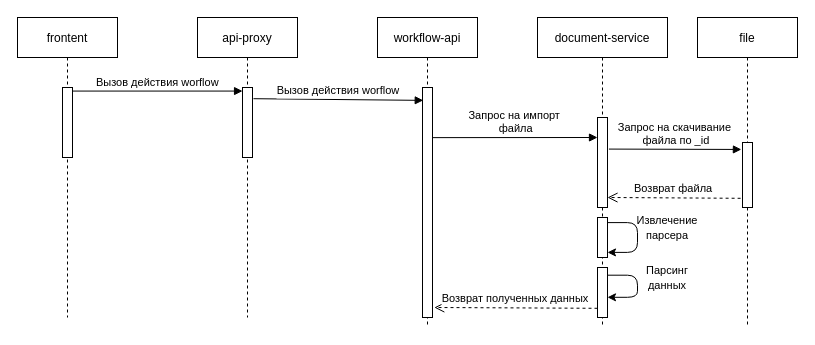
Before: document-service/import.drawio in effective-group/docs-drawio, a draw.io diagram. Source tidied: cells renumbered, new cells numbered last; positions are measured from the earlier drawing's top-left corner, leaving out a move shared by most shapes. Both pictures are drawn from the tidied source at 100%, with x=0, y=0 at pixel (17, 17).
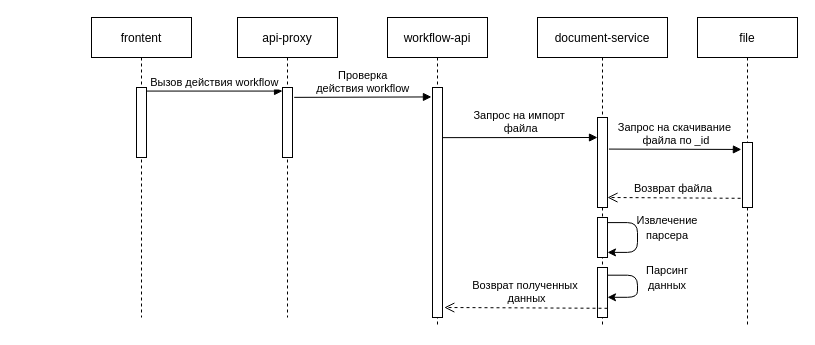
The same page after the edit.

Unchanged cells that the change refers to:
```xml
<mxCell id="3" style="points=[];perimeter=orthogonalPerimeter;rounded=0;shadow=0;strokeWidth=1;" parent="2" vertex="1">
  <mxGeometry x="45" y="70" width="10" height="70" as="geometry" />
</mxCell>
<mxCell id="5" style="points=[];perimeter=orthogonalPerimeter;rounded=0;shadow=0;strokeWidth=1;" parent="4" vertex="1">
  <mxGeometry x="45" y="70" width="10" height="70" as="geometry" />
</mxCell>
<mxCell id="7" style="points=[];perimeter=orthogonalPerimeter;rounded=0;shadow=0;strokeWidth=1;" parent="6" vertex="1">
  <mxGeometry x="45" y="70" width="10" height="230" as="geometry" />
</mxCell>
```

Change to the diagram source:
```diff
@@
     <mxCell id="2" value="frontent" style="shape=umlLifeline;perimeter=lifelinePerimeter;rounded=0;shadow=0;strokeWidth=1;" parent="1" vertex="1">
-      <mxGeometry width="100" height="300" as="geometry" />
+      <mxGeometry x="74" width="100" height="300" as="geometry" />
     </mxCell>
@@
     <mxCell id="4" value="api-proxy" style="shape=umlLifeline;perimeter=lifelinePerimeter;rounded=0;shadow=0;strokeWidth=1;" parent="1" vertex="1">
-      <mxGeometry x="180" width="100" height="300" as="geometry" />
+      <mxGeometry x="220" width="100" height="300" as="geometry" />
     </mxCell>
@@
     <mxCell id="6" value="workflow-api" style="shape=umlLifeline;perimeter=lifelinePerimeter;rounded=0;shadow=0;strokeWidth=1;" parent="1" vertex="1">
-      <mxGeometry x="360" width="100" height="310" as="geometry" />
+      <mxGeometry x="370" width="100" height="310" as="geometry" />
     </mxCell>
@@
-    <mxCell id="13" value="Вызов действия worflow" style="verticalAlign=bottom;endArrow=block;entryX=0.005;entryY=0.051;shadow=0;strokeWidth=1;entryDx=0;entryDy=0;entryPerimeter=0;exitX=1.028;exitY=0.051;exitDx=0;exitDy=0;exitPerimeter=0;" parent="1" edge="1" source="3" target="5">
+    <mxCell id="13" value="Вызов действия workflow" style="verticalAlign=bottom;endArrow=block;entryX=0.005;entryY=0.051;shadow=0;strokeWidth=1;entryDx=0;entryDy=0;entryPerimeter=0;exitX=1.028;exitY=0.051;exitDx=0;exitDy=0;exitPerimeter=0;" parent="1" edge="1" source="3" target="5">
       <mxGeometry relative="1" as="geometry" />
     </mxCell>
-    <mxCell id="14" value="Вызов действия worflow" style="verticalAlign=bottom;endArrow=block;shadow=0;strokeWidth=1;exitX=1.098;exitY=0.16;exitDx=0;exitDy=0;exitPerimeter=0;entryX=0.074;entryY=0.056;entryDx=0;entryDy=0;entryPerimeter=0;" parent="1" edge="1" source="5" target="7">
+    <mxCell id="14" value="Проверка &#10;действия workflow" style="verticalAlign=bottom;endArrow=block;shadow=0;strokeWidth=1;exitX=1.17;exitY=0.141;exitDx=0;exitDy=0;exitPerimeter=0;entryX=-0.105;entryY=0.041;entryDx=0;entryDy=0;entryPerimeter=0;" parent="1" edge="1" source="5" target="7">
       <mxGeometry relative="1" as="geometry" />
     </mxCell>
@@
-    <mxCell id="23" value="Возврат полученных данных" style="verticalAlign=bottom;endArrow=open;dashed=1;endSize=8;shadow=0;strokeWidth=1;exitX=-0.085;exitY=0.227;exitDx=0;exitDy=0;exitPerimeter=0;" parent="1" edge="1">
+    <mxCell id="23" value="Возврат полученных&#10; данных" style="verticalAlign=bottom;endArrow=open;dashed=1;endSize=8;shadow=0;strokeWidth=1;exitX=-0.085;exitY=0.227;exitDx=0;exitDy=0;exitPerimeter=0;" parent="1" edge="1">
       <mxGeometry relative="1" as="geometry">
-        <mxPoint x="580" y="290.8" as="sourcePoint" />
-        <mxPoint x="416.8" y="290" as="targetPoint" />
+        <mxPoint x="590" y="290.8" as="sourcePoint" />
+        <mxPoint x="426.8" y="290" as="targetPoint" />
       </mxGeometry>
     </mxCell>
```
